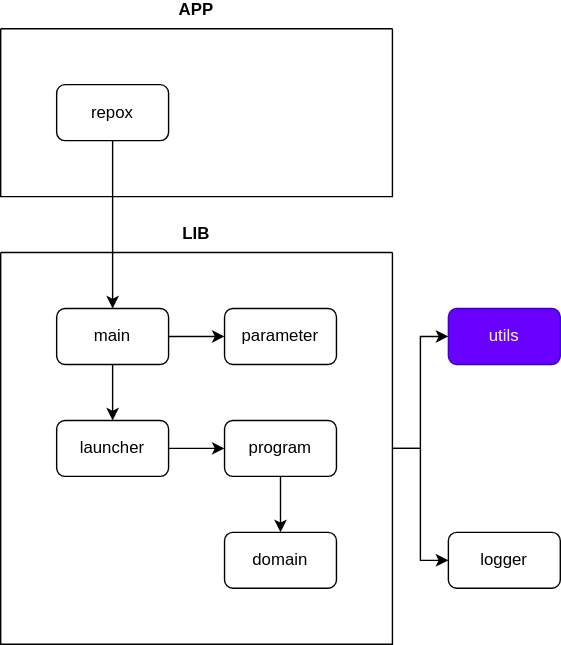
jaqba98/repox keeps this draw.io diagram as docs/dependency.svg. Above is the earlier version. Source tidied: cells renumbered, new cells last; positions are measured from the earlier drawing's top-left corner, leaving out a move shared by most shapes.
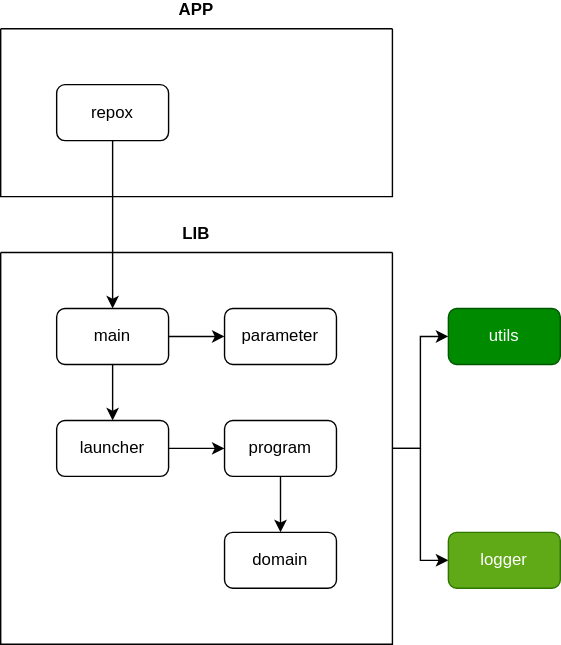
After the change.

What changed in the source:
```diff
@@ -2,7 +2,7 @@
   <root>
     <mxCell id="0" />
     <mxCell id="1" parent="0" />
-    <mxCell id="2" value="utils" style="rounded=1;whiteSpace=wrap;html=1;fillColor=#6a00ff;fontColor=#ffffff;strokeColor=#3700CC;" parent="1" vertex="1">
+    <mxCell id="2" value="utils" style="rounded=1;whiteSpace=wrap;html=1;fillColor=#008a00;fontColor=#ffffff;strokeColor=#005700;" parent="1" vertex="1">
       <mxGeometry x="320" y="200" width="80" height="40" as="geometry" />
     </mxCell>
     <mxCell id="3" style="edgeStyle=orthogonalEdgeStyle;rounded=0;jettySize=auto;html=1;entryX=0;entryY=0.5;entryDx=0;entryDy=0;" parent="1" edge="1" source="5" target="2">
@@ -41,7 +41,7 @@
     <mxCell id="14" style="edgeStyle=orthogonalEdgeStyle;rounded=0;jettySize=auto;html=1;" parent="5" edge="1" source="11" target="13">
       <mxGeometry relative="1" as="geometry" />
     </mxCell>
-    <mxCell id="15" value="logger" style="rounded=1;whiteSpace=wrap;html=1;" parent="1" vertex="1">
+    <mxCell id="15" value="logger" style="rounded=1;whiteSpace=wrap;html=1;sketch=0;shadow=0;fillColor=#60a917;fontColor=#ffffff;strokeColor=#2D7600;" parent="1" vertex="1">
       <mxGeometry x="320" y="360" width="80" height="40" as="geometry" />
     </mxCell>
     <mxCell id="16" value="APP&#10;&#10;" style="swimlane;startSize=0;" parent="1" vertex="1">
```
